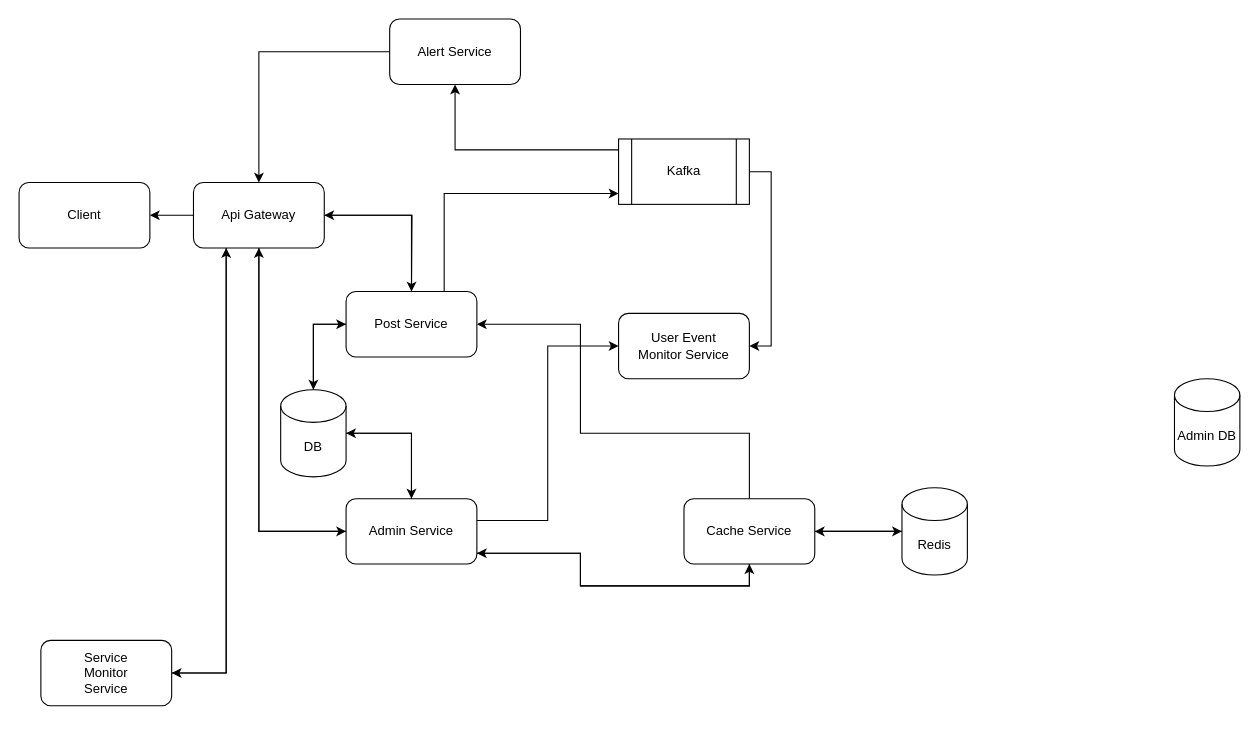
The draw.io diagram architecture.drawio in mothership2002/Doodle, before the edit. Source tidied: cells renumbered, new cells numbered last; positions are measured from the earlier drawing's top-left corner, leaving out a move shared by most shapes. Both pictures are drawn from the tidied source at 109%, with x=0, y=0 at pixel (19, 19).
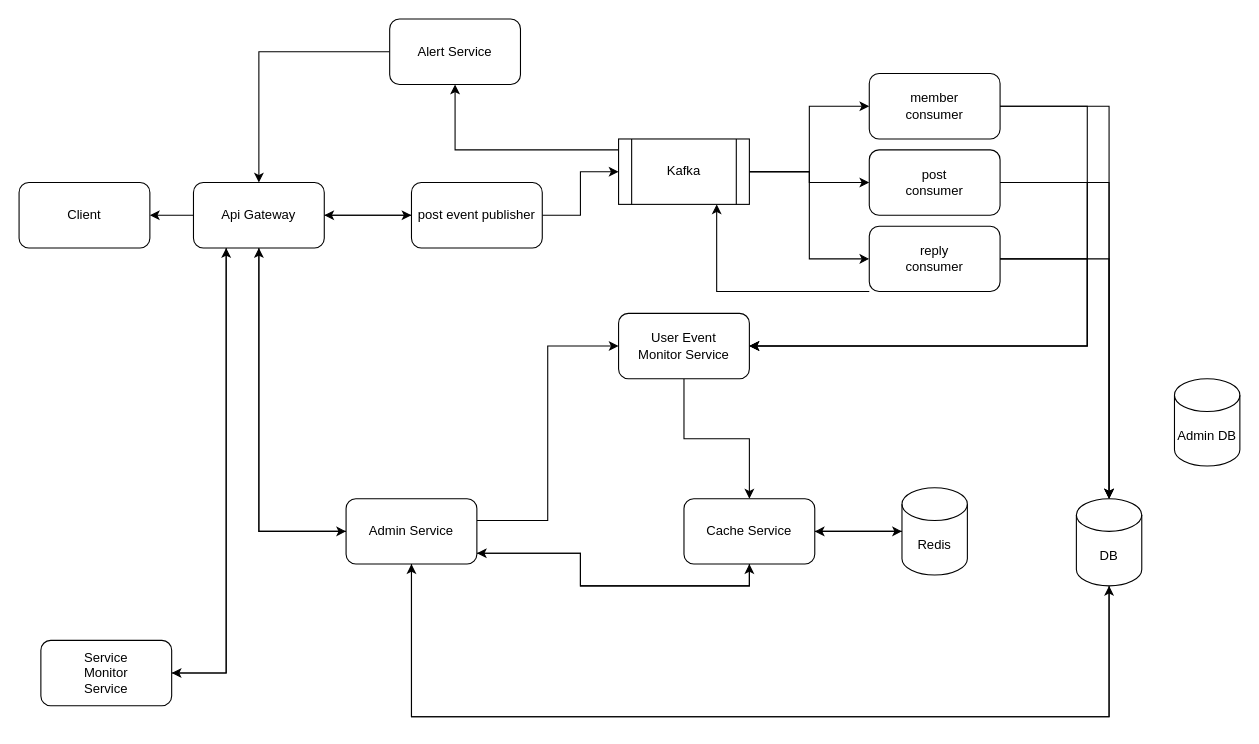
After the change.

Commit message (it also covers changes not shown here):
아키텍처 수정

Unchanged cells that the change refers to:
```xml
<mxCell id="8" value="Api Gateway" style="rounded=1;whiteSpace=wrap;html=1;" parent="1" vertex="1">
  <mxGeometry x="160" y="150" width="120" height="60" as="geometry" />
</mxCell>
<mxCell id="12" value="User Event&lt;br&gt;Monitor Service" style="rounded=1;whiteSpace=wrap;html=1;" parent="1" vertex="1">
  <mxGeometry x="550" y="270" width="120" height="60" as="geometry" />
</mxCell>
<mxCell id="18" value="Admin Service" style="rounded=1;whiteSpace=wrap;html=1;" parent="1" vertex="1">
  <mxGeometry x="300" y="440" width="120" height="60" as="geometry" />
</mxCell>
<mxCell id="25" value="Cache Service" style="rounded=1;whiteSpace=wrap;html=1;" parent="1" vertex="1">
  <mxGeometry x="610" y="440" width="120" height="60" as="geometry" />
</mxCell>
<mxCell id="33" value="Kafka" style="shape=process;whiteSpace=wrap;html=1;backgroundOutline=1;" parent="1" vertex="1">
  <mxGeometry x="550" y="110" width="120" height="60" as="geometry" />
</mxCell>
```

What changed in the source:
```diff
@@
-    <mxCell id="4" style="edgeStyle=orthogonalEdgeStyle;rounded=0;jettySize=auto;html=1;" parent="1" edge="1" source="8">
-      <mxGeometry relative="1" as="geometry">
-        <mxPoint x="360" y="250" as="targetPoint" />
-      </mxGeometry>
-    </mxCell>
-    <mxCell id="5" style="edgeStyle=orthogonalEdgeStyle;rounded=0;jettySize=auto;html=1;exitX=0.75;exitY=0;exitDx=0;exitDy=0;" parent="1" edge="1" source="30" target="33">
-      <mxGeometry relative="1" as="geometry">
-        <Array as="points">
-          <mxPoint x="390" y="160" />
-        </Array>
-      </mxGeometry>
-    </mxCell>
@@
+    <mxCell id="35" style="edgeStyle=orthogonalEdgeStyle;rounded=0;jettySize=auto;html=1;entryX=0;entryY=0.5;entryDx=0;entryDy=0;" parent="1" edge="1" source="8" target="30">
+      <mxGeometry relative="1" as="geometry" />
+    </mxCell>
@@
-    <mxCell id="9" style="edgeStyle=orthogonalEdgeStyle;rounded=0;jettySize=auto;html=1;entryX=0;entryY=0.5;entryDx=0;entryDy=0;" parent="1" edge="1" source="11" target="30">
-      <mxGeometry relative="1" as="geometry" />
-    </mxCell>
     <mxCell id="10" style="edgeStyle=orthogonalEdgeStyle;rounded=0;jettySize=auto;html=1;" parent="1" edge="1" source="11" target="18">
       <mxGeometry relative="1" as="geometry">
         <Array as="points">
-          <mxPoint x="360" y="380" />
+          <mxPoint x="360" y="640" />
         </Array>
       </mxGeometry>
     </mxCell>
     <mxCell id="11" value="DB" style="shape=cylinder3;whiteSpace=wrap;html=1;boundedLbl=1;backgroundOutline=1;size=15;" parent="1" vertex="1">
-      <mxGeometry x="240" y="340" width="60" height="80" as="geometry" />
+      <mxGeometry x="970" y="440" width="60" height="80" as="geometry" />
     </mxCell>
+    <mxCell id="36" style="edgeStyle=orthogonalEdgeStyle;rounded=0;jettySize=auto;html=1;entryX=0.5;entryY=0;entryDx=0;entryDy=0;" parent="1" edge="1" source="12" target="25">
+      <mxGeometry relative="1" as="geometry" />
+    </mxCell>
@@
-    <mxCell id="23" style="edgeStyle=orthogonalEdgeStyle;rounded=0;jettySize=auto;html=1;entryX=1;entryY=0.5;entryDx=0;entryDy=0;" parent="1" edge="1" source="25" target="30">
-      <mxGeometry relative="1" as="geometry">
-        <Array as="points">
-          <mxPoint x="670" y="380" />
-          <mxPoint x="515" y="380" />
-          <mxPoint x="515" y="280" />
-        </Array>
-      </mxGeometry>
-    </mxCell>
@@
-    <mxCell id="29" style="edgeStyle=orthogonalEdgeStyle;rounded=0;jettySize=auto;html=1;" parent="1" edge="1" source="30" target="11">
-      <mxGeometry relative="1" as="geometry">
-        <Array as="points">
-          <mxPoint x="270" y="280" />
-        </Array>
-      </mxGeometry>
-    </mxCell>
+    <mxCell id="5" style="edgeStyle=orthogonalEdgeStyle;rounded=0;jettySize=auto;html=1;" parent="1" edge="1" source="30" target="33">
+      <mxGeometry relative="1" as="geometry" />
+    </mxCell>
-    <mxCell id="30" value="Post S&lt;span style=&quot;background-color: initial;&quot;&gt;ervice&lt;/span&gt;" style="rounded=1;whiteSpace=wrap;html=1;" parent="1" vertex="1">
-      <mxGeometry x="300" y="250" width="120" height="60" as="geometry" />
+    <mxCell id="30" value="post event publisher" style="rounded=1;whiteSpace=wrap;html=1;" parent="1" vertex="1">
+      <mxGeometry x="360" y="150" width="120" height="60" as="geometry" />
     </mxCell>
@@
-    <mxCell id="32" style="edgeStyle=orthogonalEdgeStyle;rounded=0;jettySize=auto;html=1;entryX=1;entryY=0.5;entryDx=0;entryDy=0;" parent="1" edge="1" source="33" target="12">
-      <mxGeometry relative="1" as="geometry">
-        <Array as="points">
-          <mxPoint x="690" y="140" />
-          <mxPoint x="690" y="300" />
-        </Array>
-      </mxGeometry>
-    </mxCell>
+    <mxCell id="37" style="edgeStyle=orthogonalEdgeStyle;rounded=0;jettySize=auto;html=1;" parent="1" edge="1" source="33" target="43">
+      <mxGeometry relative="1" as="geometry" />
+    </mxCell>
+    <mxCell id="38" style="edgeStyle=orthogonalEdgeStyle;rounded=0;jettySize=auto;html=1;entryX=0;entryY=0.5;entryDx=0;entryDy=0;" parent="1" edge="1" source="33" target="41">
+      <mxGeometry relative="1" as="geometry" />
+    </mxCell>
+    <mxCell id="39" style="edgeStyle=orthogonalEdgeStyle;rounded=0;jettySize=auto;html=1;entryX=0;entryY=0.5;entryDx=0;entryDy=0;" parent="1" edge="1" source="33" target="46">
+      <mxGeometry relative="1" as="geometry" />
+    </mxCell>
@@
-    <mxCell id="34" style="edgeStyle=orthogonalEdgeStyle;rounded=0;jettySize=auto;html=1;entryX=1;entryY=0.5;entryDx=0;entryDy=0;entryPerimeter=0;" parent="1" edge="1" source="18" target="11">
-      <mxGeometry relative="1" as="geometry" />
+    <mxCell id="34" style="edgeStyle=orthogonalEdgeStyle;rounded=0;jettySize=auto;html=1;entryX=0.5;entryY=1;entryDx=0;entryDy=0;entryPerimeter=0;" parent="1" edge="1" source="18" target="11">
+      <mxGeometry relative="1" as="geometry">
+        <Array as="points">
+          <mxPoint x="360" y="640" />
+          <mxPoint x="1000" y="640" />
+        </Array>
+      </mxGeometry>
     </mxCell>
+    <mxCell id="40" style="edgeStyle=orthogonalEdgeStyle;rounded=0;jettySize=auto;html=1;entryX=1;entryY=0.5;entryDx=0;entryDy=0;" parent="1" edge="1" source="41" target="12">
+      <mxGeometry relative="1" as="geometry">
+        <Array as="points">
+          <mxPoint x="980" y="150" />
+          <mxPoint x="980" y="300" />
+        </Array>
+      </mxGeometry>
+    </mxCell>
+    <mxCell id="41" value="post&lt;br&gt;consumer" style="rounded=1;whiteSpace=wrap;html=1;" parent="1" vertex="1">
+      <mxGeometry x="780" y="120" width="120" height="60" as="geometry" />
+    </mxCell>
+    <mxCell id="42" style="edgeStyle=orthogonalEdgeStyle;rounded=0;jettySize=auto;html=1;entryX=1;entryY=0.5;entryDx=0;entryDy=0;" parent="1" edge="1" source="43" target="12">
+      <mxGeometry relative="1" as="geometry">
+        <Array as="points">
+          <mxPoint x="980" y="80" />
+          <mxPoint x="980" y="300" />
+        </Array>
+      </mxGeometry>
+    </mxCell>
+    <mxCell id="43" value="member&lt;br&gt;consumer" style="rounded=1;whiteSpace=wrap;html=1;" parent="1" vertex="1">
+      <mxGeometry x="780" y="50" width="120" height="60" as="geometry" />
+    </mxCell>
+    <mxCell id="44" style="edgeStyle=orthogonalEdgeStyle;rounded=0;jettySize=auto;html=1;entryX=1;entryY=0.5;entryDx=0;entryDy=0;" parent="1" edge="1" source="46" target="12">
+      <mxGeometry relative="1" as="geometry">
+        <Array as="points">
+          <mxPoint x="980" y="220" />
+          <mxPoint x="980" y="300" />
+        </Array>
+      </mxGeometry>
+    </mxCell>
+    <mxCell id="45" style="edgeStyle=orthogonalEdgeStyle;rounded=0;jettySize=auto;html=1;entryX=0.75;entryY=1;entryDx=0;entryDy=0;" parent="1" edge="1" source="46" target="33">
+      <mxGeometry relative="1" as="geometry">
+        <Array as="points">
+          <mxPoint x="640" y="250" />
+        </Array>
+      </mxGeometry>
+    </mxCell>
+    <mxCell id="46" value="reply&lt;br&gt;consumer" style="rounded=1;whiteSpace=wrap;html=1;" parent="1" vertex="1">
+      <mxGeometry x="780" y="190" width="120" height="60" as="geometry" />
+    </mxCell>
+    <mxCell id="47" style="edgeStyle=orthogonalEdgeStyle;rounded=0;jettySize=auto;html=1;entryX=0.5;entryY=0;entryDx=0;entryDy=0;entryPerimeter=0;" parent="1" edge="1" source="46" target="11">
+      <mxGeometry relative="1" as="geometry" />
+    </mxCell>
+    <mxCell id="48" style="edgeStyle=orthogonalEdgeStyle;rounded=0;jettySize=auto;html=1;entryX=0.5;entryY=0;entryDx=0;entryDy=0;entryPerimeter=0;" parent="1" edge="1" source="41" target="11">
+      <mxGeometry relative="1" as="geometry" />
+    </mxCell>
+    <mxCell id="49" style="edgeStyle=orthogonalEdgeStyle;rounded=0;jettySize=auto;html=1;entryX=0.5;entryY=0;entryDx=0;entryDy=0;entryPerimeter=0;" parent="1" edge="1" source="43" target="11">
+      <mxGeometry relative="1" as="geometry" />
+    </mxCell>
```
